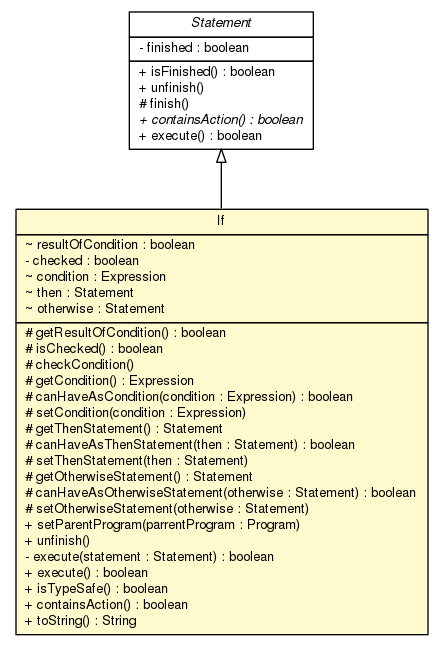
The Graphviz diagram doc/model/programs/parsing/language/statement/If.png in sinopeus/asteroids, before a commit. Its source is kept beside it as doc/model/programs/parsing/language/statement/If.dot. Its diagram source:
```dot

digraph G {
	edge [fontname="Helvetica",fontsize=10,labelfontname="Helvetica",labelfontsize=10];
	node [fontname="Helvetica",fontsize=10,shape=plaintext];
	nodesep=0.25;
	ranksep=0.5;
	c11879 [label=<<table title="model.programs.parsing.language.statement.Statement" border="0" cellborder="1" cellspacing="0" cellpadding="2" port="p" href="./Statement.html">
		<tr><td><table border="0" cellspacing="0" cellpadding="1">
<tr><td align="center" balign="center"><font face="Helvetica-Oblique"> Statement </font></td></tr>
		</table></td></tr>
		<tr><td><table border="0" cellspacing="0" cellpadding="1">
<tr><td align="left" balign="left"> - finished : boolean </td></tr>
		</table></td></tr>
		<tr><td><table border="0" cellspacing="0" cellpadding="1">
<tr><td align="left" balign="left"> + isFinished() : boolean </td></tr>
<tr><td align="left" balign="left"> + unfinish() </td></tr>
<tr><td align="left" balign="left"> # finish() </td></tr>
<tr><td align="left" balign="left"><font face="Helvetica-Oblique" point-size="10.0"> + containsAction() : boolean </font></td></tr>
<tr><td align="left" balign="left"> + execute() : boolean </td></tr>
		</table></td></tr>
		</table>>, URL="./Statement.html", fontname="Helvetica", fontcolor="black", fontsize=10.0];
	c11884 [label=<<table title="model.programs.parsing.language.statement.If" border="0" cellborder="1" cellspacing="0" cellpadding="2" port="p" bgcolor="lemonChiffon" href="./If.html">
		<tr><td><table border="0" cellspacing="0" cellpadding="1">
<tr><td align="center" balign="center"> If </td></tr>
		</table></td></tr>
		<tr><td><table border="0" cellspacing="0" cellpadding="1">
<tr><td align="left" balign="left"> ~ resultOfCondition : boolean </td></tr>
<tr><td align="left" balign="left"> - checked : boolean </td></tr>
<tr><td align="left" balign="left"> ~ condition : Expression </td></tr>
<tr><td align="left" balign="left"> ~ then : Statement </td></tr>
<tr><td align="left" balign="left"> ~ otherwise : Statement </td></tr>
		</table></td></tr>
		<tr><td><table border="0" cellspacing="0" cellpadding="1">
<tr><td align="left" balign="left"> # getResultOfCondition() : boolean </td></tr>
<tr><td align="left" balign="left"> # isChecked() : boolean </td></tr>
<tr><td align="left" balign="left"> # checkCondition() </td></tr>
<tr><td align="left" balign="left"> # getCondition() : Expression </td></tr>
<tr><td align="left" balign="left"> # canHaveAsCondition(condition : Expression) : boolean </td></tr>
<tr><td align="left" balign="left"> # setCondition(condition : Expression) </td></tr>
<tr><td align="left" balign="left"> # getThenStatement() : Statement </td></tr>
<tr><td align="left" balign="left"> # canHaveAsThenStatement(then : Statement) : boolean </td></tr>
<tr><td align="left" balign="left"> # setThenStatement(then : Statement) </td></tr>
<tr><td align="left" balign="left"> # getOtherwiseStatement() : Statement </td></tr>
<tr><td align="left" balign="left"> # canHaveAsOtherwiseStatement(otherwise : Statement) : boolean </td></tr>
<tr><td align="left" balign="left"> # setOtherwiseStatement(otherwise : Statement) </td></tr>
<tr><td align="left" balign="left"> + setParentProgram(parrentProgram : Program) </td></tr>
<tr><td align="left" balign="left"> + unfinish() </td></tr>
<tr><td align="left" balign="left"> - execute(statement : Statement) : boolean </td></tr>
<tr><td align="left" balign="left"> + execute() : boolean </td></tr>
<tr><td align="left" balign="left"> + isTypeSafe() : boolean </td></tr>
<tr><td align="left" balign="left"> + containsAction() : boolean </td></tr>
<tr><td align="left" balign="left"> + toString() : String </td></tr>
		</table></td></tr>
		</table>>, URL="./If.html", fontname="Helvetica", fontcolor="black", fontsize=10.0];
	c11879:p -> c11884:p [dir=back,arrowtail=empty];
}
```
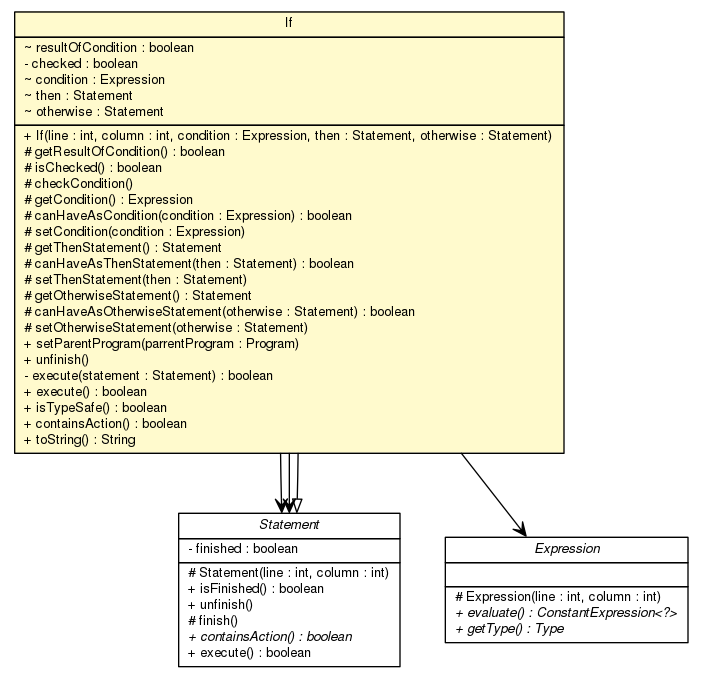
Later version of the same file.

Diff of the diagram source:
```diff
@@ -4,7 +4,20 @@
 	node [fontname="Helvetica",fontsize=10,shape=plaintext];
 	nodesep=0.25;
 	ranksep=0.5;
-	c11879 [label=<<table title="model.programs.parsing.language.statement.Statement" border="0" cellborder="1" cellspacing="0" cellpadding="2" port="p" href="./Statement.html">
+	c11887 [label=<<table title="model.programs.parsing.language.expression.Expression" border="0" cellborder="1" cellspacing="0" cellpadding="2" port="p" href="../expression/Expression.html">
+		<tr><td><table border="0" cellspacing="0" cellpadding="1">
+<tr><td align="center" balign="center"><font face="Helvetica-Oblique"> Expression </font></td></tr>
+		</table></td></tr>
+		<tr><td><table border="0" cellspacing="0" cellpadding="1">
+<tr><td align="left" balign="left">  </td></tr>
+		</table></td></tr>
+		<tr><td><table border="0" cellspacing="0" cellpadding="1">
+<tr><td align="left" balign="left"> # Expression(line : int, column : int) </td></tr>
+<tr><td align="left" balign="left"><font face="Helvetica-Oblique" point-size="10.0"> + evaluate() : ConstantExpression&lt;?&gt; </font></td></tr>
+<tr><td align="left" balign="left"><font face="Helvetica-Oblique" point-size="10.0"> + getType() : Type </font></td></tr>
+		</table></td></tr>
+		</table>>, URL="../expression/Expression.html", fontname="Helvetica", fontcolor="black", fontsize=10.0];
+	c11926 [label=<<table title="model.programs.parsing.language.statement.Statement" border="0" cellborder="1" cellspacing="0" cellpadding="2" port="p" href="./Statement.html">
 		<tr><td><table border="0" cellspacing="0" cellpadding="1">
 <tr><td align="center" balign="center"><font face="Helvetica-Oblique"> Statement </font></td></tr>
 		</table></td></tr>
@@ -12,6 +25,7 @@
 <tr><td align="left" balign="left"> - finished : boolean </td></tr>
 		</table></td></tr>
 		<tr><td><table border="0" cellspacing="0" cellpadding="1">
+<tr><td align="left" balign="left"> # Statement(line : int, column : int) </td></tr>
 <tr><td align="left" balign="left"> + isFinished() : boolean </td></tr>
 <tr><td align="left" balign="left"> + unfinish() </td></tr>
 <tr><td align="left" balign="left"> # finish() </td></tr>
@@ -19,7 +33,7 @@
 <tr><td align="left" balign="left"> + execute() : boolean </td></tr>
 		</table></td></tr>
 		</table>>, URL="./Statement.html", fontname="Helvetica", fontcolor="black", fontsize=10.0];
-	c11884 [label=<<table title="model.programs.parsing.language.statement.If" border="0" cellborder="1" cellspacing="0" cellpadding="2" port="p" bgcolor="lemonChiffon" href="./If.html">
+	c11931 [label=<<table title="model.programs.parsing.language.statement.If" border="0" cellborder="1" cellspacing="0" cellpadding="2" port="p" bgcolor="lemonChiffon" href="./If.html">
 		<tr><td><table border="0" cellspacing="0" cellpadding="1">
 <tr><td align="center" balign="center"> If </td></tr>
 		</table></td></tr>
@@ -31,6 +45,7 @@
 <tr><td align="left" balign="left"> ~ otherwise : Statement </td></tr>
 		</table></td></tr>
 		<tr><td><table border="0" cellspacing="0" cellpadding="1">
+<tr><td align="left" balign="left"> + If(line : int, column : int, condition : Expression, then : Statement, otherwise : Statement) </td></tr>
 <tr><td align="left" balign="left"> # getResultOfCondition() : boolean </td></tr>
 <tr><td align="left" balign="left"> # isChecked() : boolean </td></tr>
 <tr><td align="left" balign="left"> # checkCondition() </td></tr>
@@ -52,5 +67,8 @@
 <tr><td align="left" balign="left"> + toString() : String </td></tr>
 		</table></td></tr>
 		</table>>, URL="./If.html", fontname="Helvetica", fontcolor="black", fontsize=10.0];
-	c11879:p -> c11884:p [dir=back,arrowtail=empty];
+	c11926:p -> c11931:p [dir=back,arrowtail=empty];
+	c11931:p -> c11887:p [taillabel="", label="", headlabel="", fontname="Helvetica", fontcolor="black", fontsize=10.0, color="black", arrowhead=open];
+	c11931:p -> c11926:p [taillabel="", label="", headlabel="", fontname="Helvetica", fontcolor="black", fontsize=10.0, color="black", arrowhead=open];
+	c11931:p -> c11926:p [taillabel="", label="", headlabel="", fontname="Helvetica", fontcolor="black", fontsize=10.0, color="black", arrowhead=open];
 }
```
